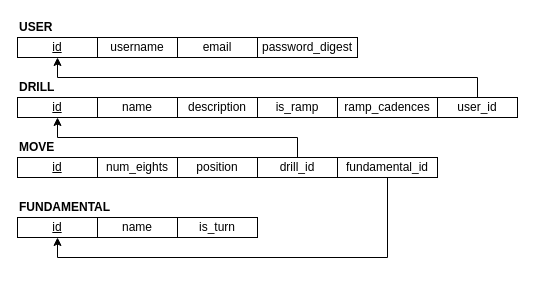
Earlier version of the draw.io diagram diagrams/relational_model.drawio (zbaruch20/drill-writer). Source tidied: cells renumbered, new cells numbered last; positions are measured from the earlier drawing's top-left corner, leaving out a move shared by most shapes. Both pictures are drawn from the tidied source at 100%, with x=0, y=0 at pixel (17, 17).
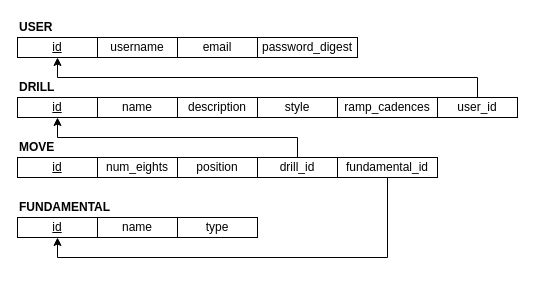
Above is the later version.

What changed in the source:
```diff
@@
-    <mxCell id="10" value="is_ramp" style="rounded=0;whiteSpace=wrap;html=1;" parent="1" vertex="1">
+    <mxCell id="10" value="style" style="rounded=0;whiteSpace=wrap;html=1;" parent="1" vertex="1">
       <mxGeometry x="240" y="80" width="80" height="20" as="geometry" />
     </mxCell>
@@
-    <mxCell id="25" value="is_turn" style="rounded=0;whiteSpace=wrap;html=1;" parent="1" vertex="1">
+    <mxCell id="25" value="type" style="rounded=0;whiteSpace=wrap;html=1;" parent="1" vertex="1">
       <mxGeometry x="160" y="200" width="80" height="20" as="geometry" />
     </mxCell>
```
